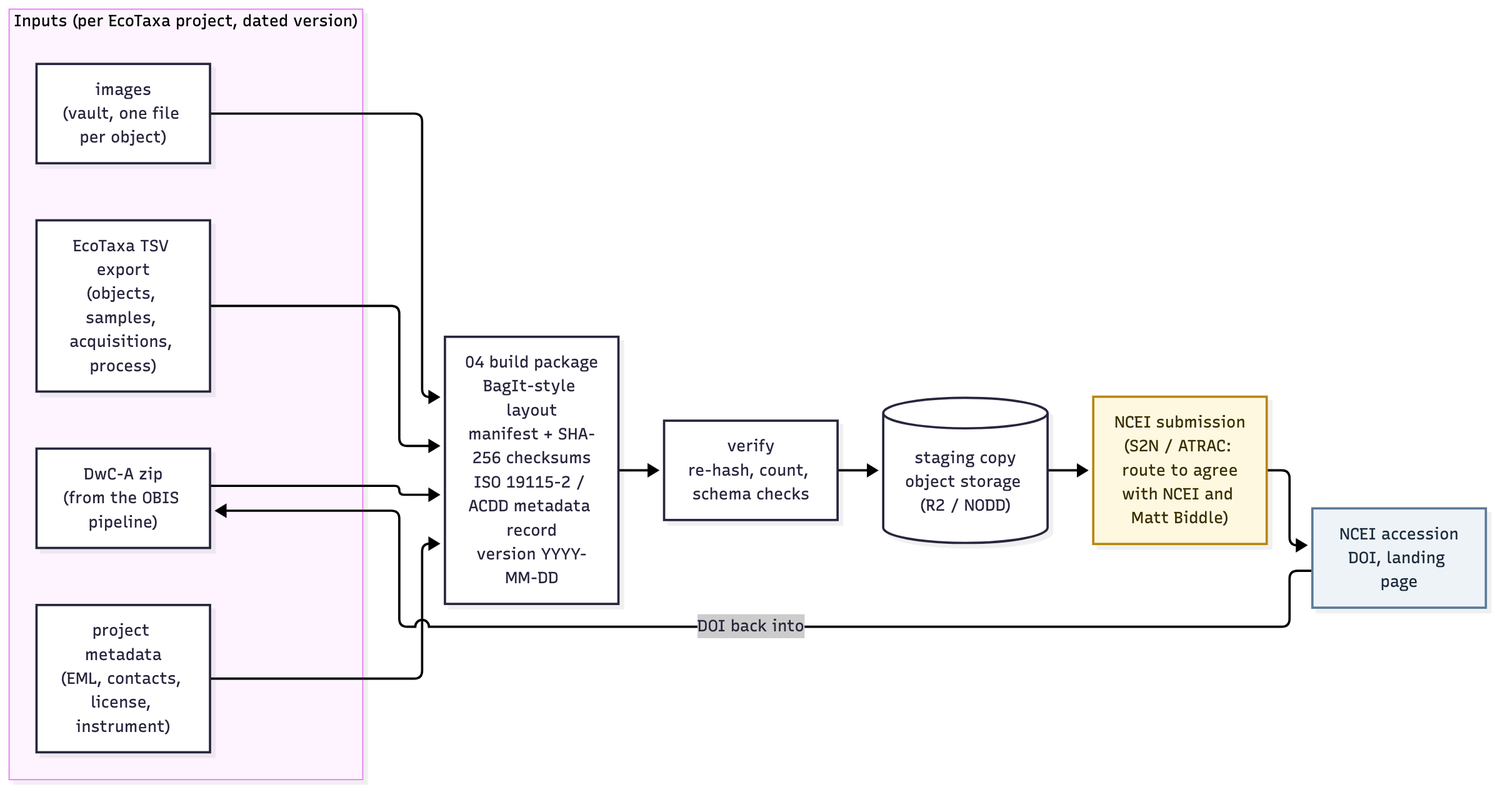
Earlier version of the Mermaid export diagrams/ncei.png (oceanmetrics/ecotaxa-demo). Its source is kept beside it as diagrams/ncei.mmd.
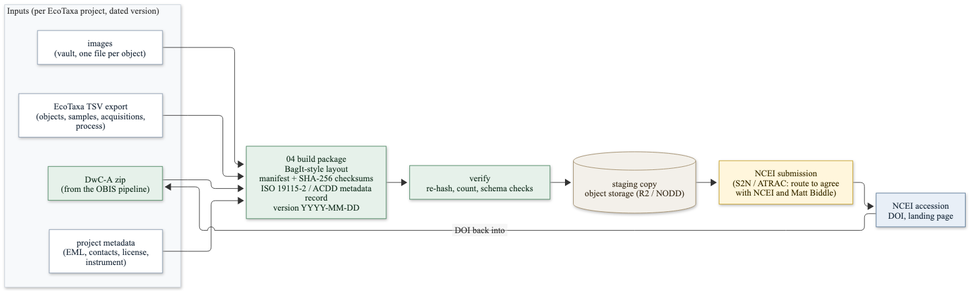
Later version of the same file.

Diff of the diagram source:
```diff
@@ -1,18 +1,21 @@
+%%{init: {"flowchart": {"wrappingWidth": 220, "nodeSpacing": 30, "rankSpacing": 60}}}%%
 flowchart LR
   subgraph src["Inputs (per EcoTaxa project, dated version)"]
     direction TB
-    IMG["images\n(vault, one file per object)"]
-    TSV["EcoTaxa TSV export\n(objects, samples, acquisitions, process)"]
-    DWCA["DwC-A zip\n(from the OBIS pipeline)"]
-    MD["project metadata\n(EML, contacts, license, instrument)"]
+    IMG["images<br/>(vault, one file per object)"]:::node
+    TSV["EcoTaxa TSV export<br/>(objects, samples, acquisitions, process)"]:::node
+    DWCA["DwC-A zip<br/>(from the OBIS pipeline)"]:::core
+    MD["project metadata<br/>(EML, contacts, license, instrument)"]:::node
   end
-  IMG & TSV & DWCA & MD --> B["04 build package\nBagIt-style layout\nmanifest + SHA-256 checksums\nISO 19115-2 / ACDD metadata record\nversion YYYY-MM-DD"]
-  B --> V["verify\nre-hash, count, schema checks"]
-  V --> ST[("staging copy\nobject storage (R2 / NODD)")]
-  ST --> SUB["NCEI submission\n(S2N / ATRAC: route to agree\nwith NCEI and Matt Biddle)"]
-  SUB --> ACC["NCEI accession\nDOI, landing page"]
+  IMG & TSV & DWCA & MD --> B["04 build package<br/>BagIt-style layout<br/>manifest + SHA-256 checksums<br/>ISO 19115-2 / ACDD metadata record<br/>version YYYY-MM-DD"]:::core
+  B --> V["verify<br/>re-hash, count, schema checks"]:::core
+  V --> ST[("staging copy<br/>object storage (R2 / NODD)")]:::store
+  ST --> SUB["NCEI submission<br/>(S2N / ATRAC: route to agree<br/>with NCEI and Matt Biddle)"]:::propose
+  SUB --> ACC["NCEI accession<br/>DOI, landing page"]:::ext
   ACC -.->|"DOI back into"| DWCA
-  classDef ext fill:#eef3f8,stroke:#5b7a99,color:#1a2b3c;
-  classDef prop fill:#fff8e1,stroke:#b8860b,color:#3a2e00;
-  class ACC ext;
-  class SUB prop;
+  classDef node     fill:#ffffff,stroke:#8a9bb0,color:#1f2d3d
+  classDef core     fill:#e6f1ea,stroke:#4f8a66,color:#173322
+  classDef ext      fill:#e8eff7,stroke:#5b7a99,color:#1a2b3c
+  classDef store    fill:#f3f0ea,stroke:#a08c6a,color:#3a2e1c
+  classDef propose  fill:#fff6dc,stroke:#c9a227,color:#3a2e00
+  style src fill:#f7f9fb,stroke:#cfd6de,color:#4a5a6a
```
